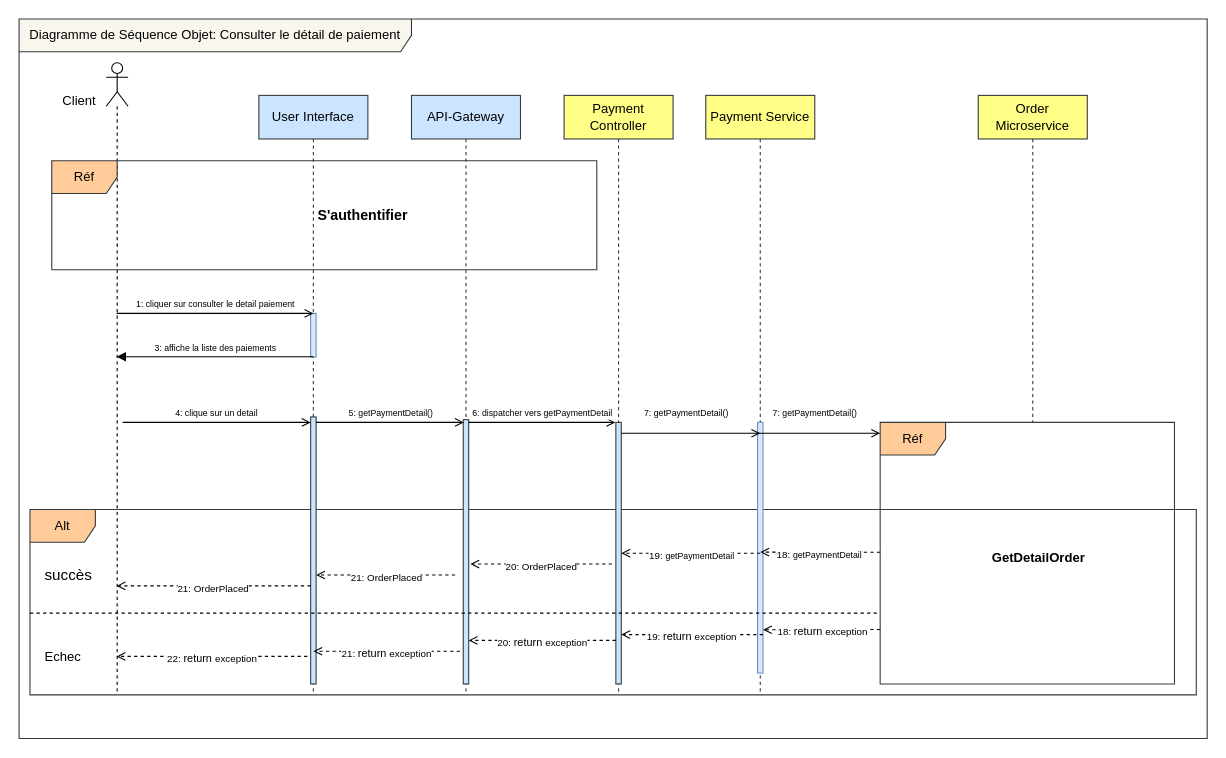
Before: show-detail-paiement-sequence.drawio in amine-elarass49/angular_doc, a draw.io diagram. Source tidied: cells renumbered, new cells numbered last; positions are measured from the earlier drawing's top-left corner, leaving out a move shared by most shapes. Both pictures are drawn from the tidied source at 109%, with x=0, y=0 at pixel (19, 19).
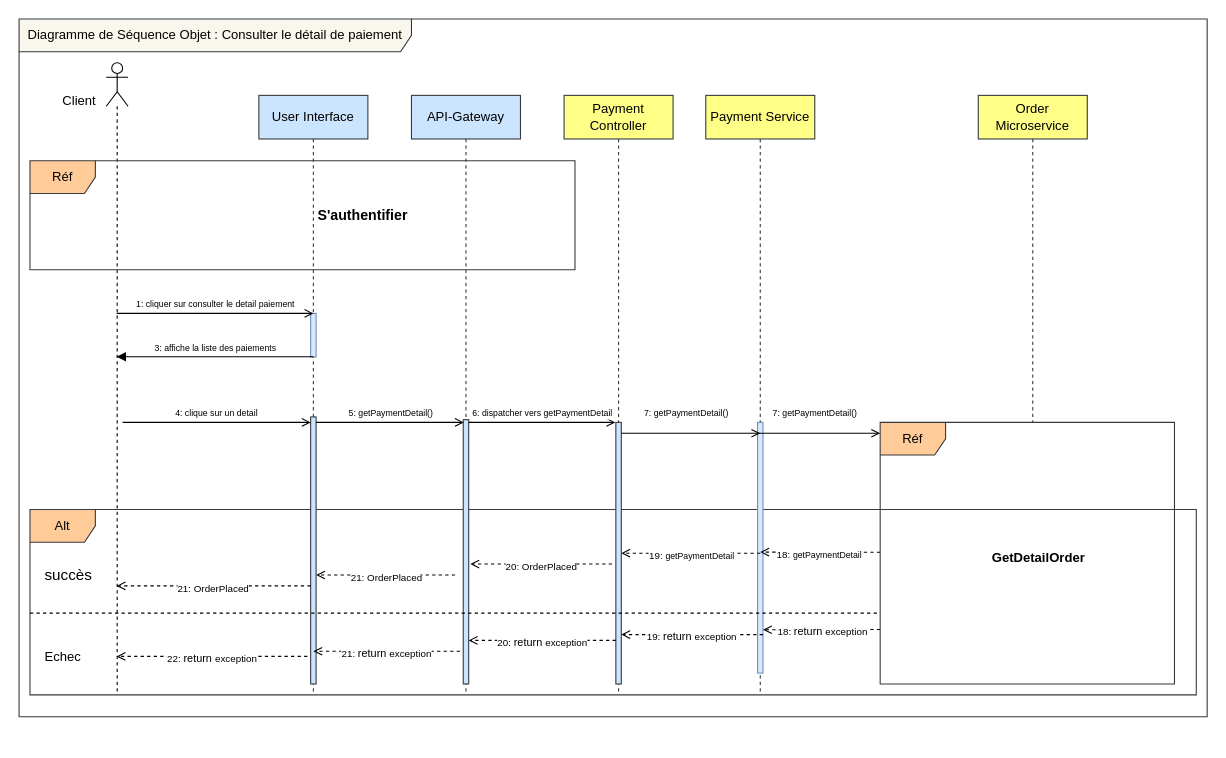
The same diagram, later.

Diff of the diagram source:
```diff
@@
     <mxCell id="11" value="Réf" style="shape=umlFrame;whiteSpace=wrap;html=1;fillColor=#ffcc99;strokeColor=#36393d;" parent="1" vertex="1">
-      <mxGeometry x="30" y="130" width="500" height="100" as="geometry" />
+      <mxGeometry x="10" y="130" width="500" height="100" as="geometry" />
     </mxCell>
@@
-    <mxCell id="24" value="Diagramme de Séquence Objet: Consulter le détail de paiement" style="shape=umlFrame;whiteSpace=wrap;html=1;width=360;height=30;fillColor=#f9f7ed;strokeColor=#36393d;" parent="1" vertex="1">
-      <mxGeometry width="1090" height="660" as="geometry" />
+    <mxCell id="24" value="Diagramme de Séquence Objet : Consulter le détail de paiement" style="shape=umlFrame;whiteSpace=wrap;html=1;width=360;height=30;fillColor=#f9f7ed;strokeColor=#36393d;" parent="1" vertex="1">
+      <mxGeometry width="1090" height="640" as="geometry" />
     </mxCell>
```
